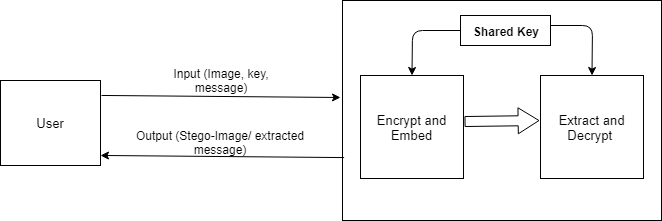
SupriyaAmatya/ImageSteganography keeps this draw.io diagram as Documentation/System Diagram.png. Above is the earlier version. Source tidied: cells renumbered, new cells last; positions are measured from the earlier drawing's top-left corner, leaving out a move shared by most shapes.
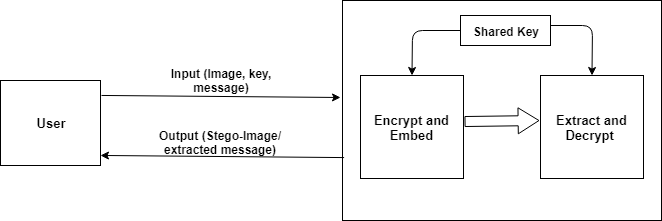
The same diagram one commit later.

Diff of the diagram source:
```diff
@@ -2,19 +2,19 @@
   <root>
     <mxCell id="0" />
     <mxCell id="1" parent="0" />
-    <mxCell id="2" value="&lt;font style=&quot;font-size: 13px&quot;&gt;User&lt;/font&gt;" style="rounded=0;whiteSpace=wrap;html=1;" parent="1" vertex="1">
+    <mxCell id="2" value="&lt;font style=&quot;font-size: 13px&quot;&gt;User&lt;/font&gt;" style="rounded=0;whiteSpace=wrap;html=1;fontStyle=1;" parent="1" vertex="1">
       <mxGeometry y="80" width="100" height="85" as="geometry" />
     </mxCell>
     <mxCell id="3" style="rounded=0;whiteSpace=wrap;html=1;labelPosition=center;verticalLabelPosition=bottom;align=center;verticalAlign=top;" parent="1" vertex="1">
       <mxGeometry x="342" width="319" height="220" as="geometry" />
     </mxCell>
-    <mxCell id="4" value="Input (Image, key, message)" style="text;html=1;strokeColor=none;fillColor=none;align=center;verticalAlign=middle;whiteSpace=wrap;rounded=0;" parent="1" vertex="1">
+    <mxCell id="4" value="Input (Image, key, message)" style="text;html=1;strokeColor=none;fillColor=none;align=center;verticalAlign=middle;whiteSpace=wrap;rounded=0;fontStyle=1;" parent="1" vertex="1">
       <mxGeometry x="151" y="62.5" width="140" height="35" as="geometry" />
     </mxCell>
     <mxCell id="5" style="endArrow=classic;html=1;fontSize=13;exitX=0.005;exitY=0.714;exitDx=0;exitDy=0;exitPerimeter=0;entryX=1;entryY=0.882;entryDx=0;entryDy=0;entryPerimeter=0;" parent="1" edge="1" source="3" target="2">
       <mxGeometry relative="1" as="geometry" />
     </mxCell>
-    <mxCell id="6" value="Output (Stego-Image/ extracted message)" style="text;html=1;strokeColor=none;fillColor=none;align=center;verticalAlign=middle;whiteSpace=wrap;rounded=0;" parent="1" vertex="1">
+    <mxCell id="6" value="Output (Stego-Image/ extracted message)" style="text;html=1;strokeColor=none;fillColor=none;align=center;verticalAlign=middle;whiteSpace=wrap;rounded=0;fontStyle=1;" parent="1" vertex="1">
       <mxGeometry x="130" y="132" width="180" height="20" as="geometry" />
     </mxCell>
     <mxCell id="7" style="endArrow=classic;html=1;fontSize=13;exitX=1.01;exitY=0.176;exitDx=0;exitDy=0;exitPerimeter=0;" parent="1" edge="1" source="2">
@@ -22,19 +22,19 @@
         <mxPoint x="340" y="97" as="targetPoint" />
       </mxGeometry>
     </mxCell>
-    <mxCell id="8" style="group;" parent="1" vertex="1">
+    <mxCell id="8" style="group;fontStyle=0;" parent="1" vertex="1">
       <mxGeometry x="360" y="15" width="283" height="163" as="geometry" />
     </mxCell>
-    <mxCell id="9" value="Encrypt and Embed" style="whiteSpace=wrap;html=1;fontSize=13;" parent="8" vertex="1">
+    <mxCell id="9" value="Encrypt and Embed" style="whiteSpace=wrap;html=1;fontSize=13;fontStyle=1;" parent="8" vertex="1">
       <mxGeometry y="60" width="103" height="103" as="geometry" />
     </mxCell>
-    <mxCell id="10" value="Extract and Decrypt&amp;nbsp;" style="whiteSpace=wrap;html=1;fontSize=13;" parent="8" vertex="1">
+    <mxCell id="10" value="Extract and Decrypt&amp;nbsp;" style="whiteSpace=wrap;html=1;fontSize=13;fontStyle=1;" parent="8" vertex="1">
       <mxGeometry x="180" y="60" width="103" height="103" as="geometry" />
     </mxCell>
     <mxCell id="11" style="shape=flexArrow;endArrow=classic;html=1;fontSize=13;entryX=-0.01;entryY=0.437;entryDx=0;entryDy=0;exitX=1.01;exitY=0.447;exitDx=0;exitDy=0;exitPerimeter=0;entryPerimeter=0;width=10;endSize=6.61;endWidth=15;" parent="8" edge="1" source="9" target="10">
       <mxGeometry relative="1" as="geometry" />
     </mxCell>
-    <mxCell id="12" value="&lt;b&gt;&lt;font style=&quot;font-size: 12px&quot;&gt;Shared Key&lt;/font&gt;&lt;/b&gt;" style="rounded=0;whiteSpace=wrap;html=1;fontSize=13;" parent="8" vertex="1">
+    <mxCell id="12" value="&lt;span&gt;&lt;font style=&quot;font-size: 12px&quot;&gt;Shared Key&lt;/font&gt;&lt;/span&gt;" style="rounded=0;whiteSpace=wrap;html=1;fontSize=13;fontStyle=1;" parent="8" vertex="1">
       <mxGeometry x="100" width="90" height="30" as="geometry" />
     </mxCell>
     <mxCell id="13" style="endArrow=classic;html=1;fontSize=13;entryX=0.5;entryY=0;entryDx=0;entryDy=0;exitX=0;exitY=0.5;exitDx=0;exitDy=0;" parent="8" edge="1" source="12" target="9">
```
